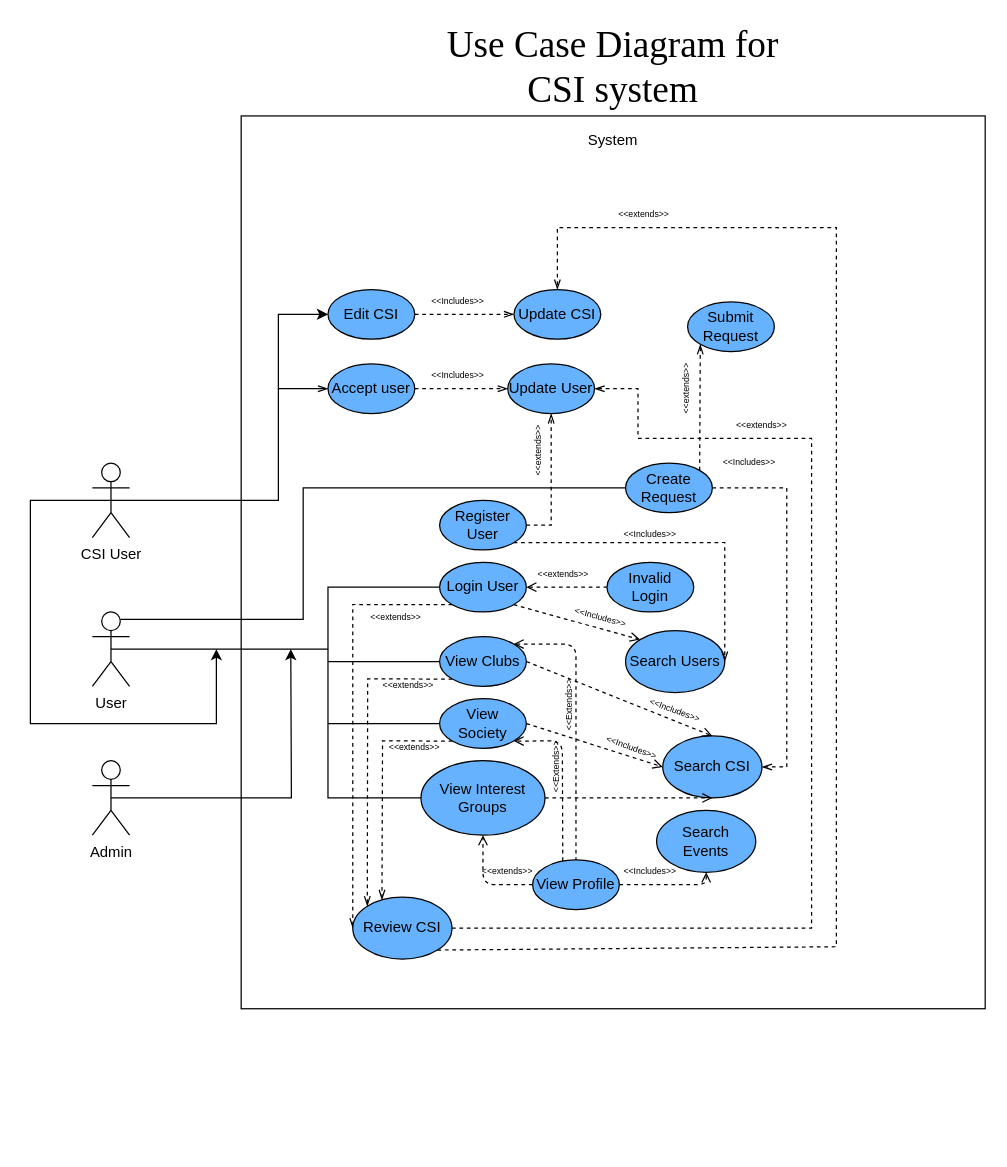
This is Diagrams/Use_Case_Diagram.drawio from Makizoro/Overclock, a draw.io file, before an edit. Source tidied: cells renumbered, new cells numbered last; positions are measured from the earlier drawing's top-left corner, leaving out a move shared by most shapes. Both pictures are drawn from the tidied source at 124%, with x=0, y=0 at pixel (30, 53).
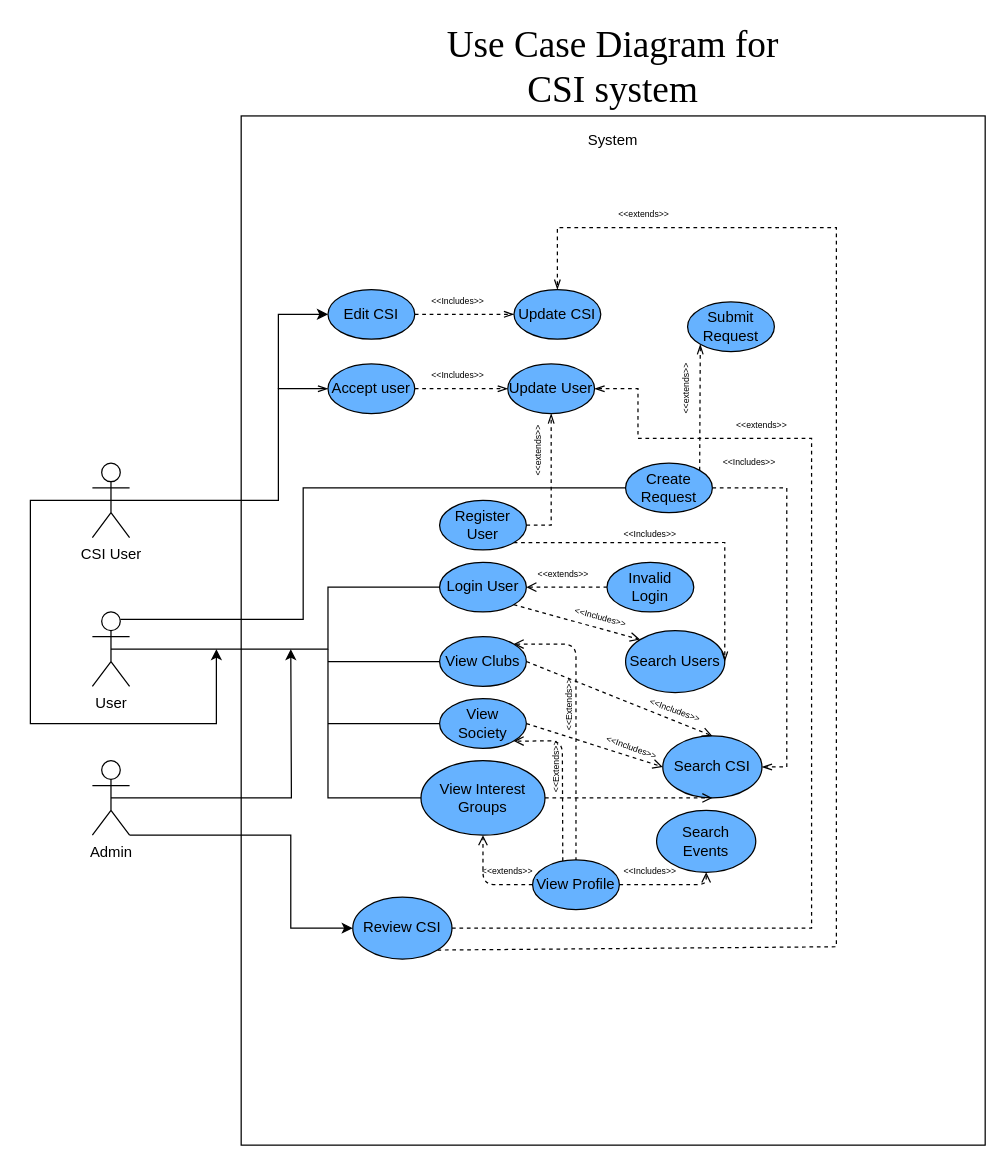
The same page after the edit.

Unchanged cells that the change refers to:
```xml
<mxCell id="7" value="Login User" style="ellipse;whiteSpace=wrap;html=1;fillColor=#66B2FF;" parent="1" vertex="1">
  <mxGeometry x="330" y="410" width="70" height="40" as="geometry" />
</mxCell>
<mxCell id="13" value="View Clubs" style="ellipse;whiteSpace=wrap;html=1;fillColor=#66B2FF;" parent="1" vertex="1">
  <mxGeometry x="330" y="470" width="70" height="40" as="geometry" />
</mxCell>
<mxCell id="15" value="View Society" style="ellipse;whiteSpace=wrap;html=1;fillColor=#66B2FF;" parent="1" vertex="1">
  <mxGeometry x="330" y="520" width="70" height="40" as="geometry" />
</mxCell>
<mxCell id="40" value="Admin" style="shape=umlActor;verticalLabelPosition=bottom;labelBackgroundColor=#ffffff;verticalAlign=top;html=1;outlineConnect=0;" parent="1" vertex="1">
  <mxGeometry x="50" y="570" width="30" height="60" as="geometry" />
</mxCell>
<mxCell id="66" value="&lt;span style=&quot;font-size: 12px&quot;&gt;Review CSI&lt;/span&gt;" style="ellipse;whiteSpace=wrap;html=1;fillColor=#66B2FF;fontSize=10;" parent="1" vertex="1">
  <mxGeometry x="260" y="680" width="80" height="50" as="geometry" />
</mxCell>
```

The edit, as a diff of the source:
```diff
@@
     <mxCell id="2" style="rounded=0;whiteSpace=wrap;html=1;fillColor=#FFFFFF;" parent="1" vertex="1">
-      <mxGeometry x="170" y="50" width="600" height="720" as="geometry" />
+      <mxGeometry x="170" y="50" width="600" height="830" as="geometry" />
     </mxCell>
@@
-    <mxCell id="6" style="edgeStyle=none;rounded=0;jettySize=auto;html=1;exitX=0;exitY=1;exitDx=0;exitDy=0;entryX=0;entryY=0.5;entryDx=0;entryDy=0;dashed=1;endArrow=openThin;endFill=0;fontFamily=Times New Roman;fontSize=30;" parent="1" edge="1" source="7" target="66">
-      <mxGeometry relative="1" as="geometry">
-        <Array as="points">
-          <mxPoint x="260" y="444" />
-        </Array>
-      </mxGeometry>
-    </mxCell>
@@
-    <mxCell id="12" style="edgeStyle=none;rounded=0;jettySize=auto;html=1;exitX=0;exitY=1;exitDx=0;exitDy=0;entryX=0;entryY=0;entryDx=0;entryDy=0;dashed=1;endArrow=openThin;endFill=0;fontFamily=Times New Roman;fontSize=30;" parent="1" edge="1" source="13" target="66">
-      <mxGeometry relative="1" as="geometry">
-        <Array as="points">
-          <mxPoint x="272" y="504" />
-        </Array>
-      </mxGeometry>
-    </mxCell>
@@
-    <mxCell id="14" style="edgeStyle=none;rounded=0;jettySize=auto;html=1;exitX=0;exitY=1;exitDx=0;exitDy=0;entryX=0.294;entryY=0.043;entryDx=0;entryDy=0;entryPerimeter=0;dashed=1;endArrow=openThin;endFill=0;fontFamily=Times New Roman;fontSize=30;" parent="1" edge="1" source="15" target="66">
-      <mxGeometry relative="1" as="geometry">
-        <Array as="points">
-          <mxPoint x="284" y="554" />
-        </Array>
-      </mxGeometry>
-    </mxCell>
@@
+    <mxCell id="73" style="edgeStyle=orthogonalEdgeStyle;rounded=0;jettySize=auto;html=1;exitX=1;exitY=1;exitDx=0;exitDy=0;exitPerimeter=0;entryX=0;entryY=0.5;entryDx=0;entryDy=0;" parent="1" edge="1" source="40" target="66">
+      <mxGeometry relative="1" as="geometry">
+        <Array as="points">
+          <mxPoint x="210" y="630" />
+          <mxPoint x="210" y="705" />
+        </Array>
+      </mxGeometry>
+    </mxCell>
@@
-    <mxCell id="69" value="&amp;lt;&amp;lt;extends&amp;gt;&amp;gt;" style="text;html=1;strokeColor=none;fillColor=none;align=center;verticalAlign=middle;whiteSpace=wrap;rounded=0;fontSize=7;rotation=0;" parent="1" vertex="1">
-      <mxGeometry x="275" y="445" width="40" height="20" as="geometry" />
-    </mxCell>
-    <mxCell id="70" value="&amp;lt;&amp;lt;extends&amp;gt;&amp;gt;" style="text;html=1;strokeColor=none;fillColor=none;align=center;verticalAlign=middle;whiteSpace=wrap;rounded=0;fontSize=7;" parent="1" vertex="1">
-      <mxGeometry x="285" y="500" width="40" height="20" as="geometry" />
-    </mxCell>
-    <mxCell id="71" value="&amp;lt;&amp;lt;extends&amp;gt;&amp;gt;" style="text;html=1;strokeColor=none;fillColor=none;align=center;verticalAlign=middle;whiteSpace=wrap;rounded=0;fontSize=7;" parent="1" vertex="1">
-      <mxGeometry x="290" y="550" width="40" height="20" as="geometry" />
-    </mxCell>
```
